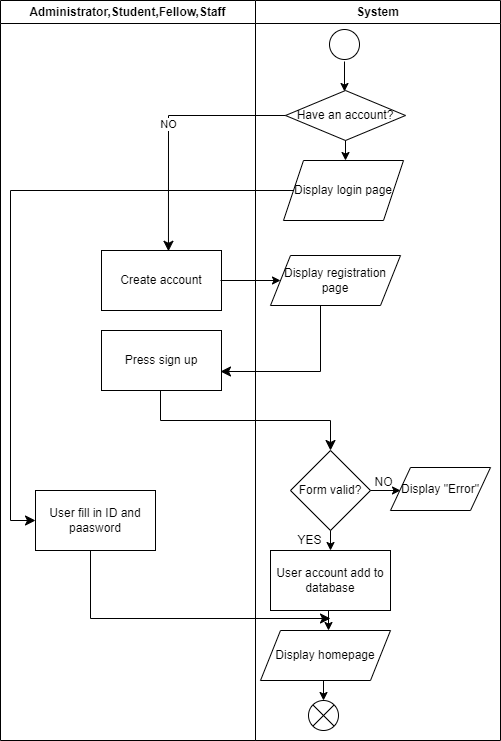
Earlier version of the draw.io export project/drawio/stakeholder/activity diagram/uc01.png (drshahizan/software-engineering). Source tidied: cells renumbered, new cells last; positions are measured from the earlier drawing's top-left corner, leaving out a move shared by most shapes. The source it was exported from:
```xml
<mxGraphModel>
  <root>
    <mxCell id="0" />
    <mxCell id="1" parent="0" />
    <mxCell id="2" style="endArrow=classic;html=1;" parent="1" edge="1">
      <mxGeometry relative="1" as="geometry">
        <mxPoint x="344" y="61" as="sourcePoint" />
        <mxPoint x="344" y="91" as="targetPoint" />
      </mxGeometry>
    </mxCell>
    <mxCell id="3" value="Create account" style="rounded=0;whiteSpace=wrap;html=1;" parent="1" vertex="1">
      <mxGeometry x="101" y="250" width="120" height="60" as="geometry" />
    </mxCell>
    <mxCell id="4" style="endArrow=classic;html=1;" parent="1" edge="1">
      <mxGeometry relative="1" as="geometry">
        <mxPoint x="220" y="280" as="sourcePoint" />
        <mxPoint x="280" y="280" as="targetPoint" />
      </mxGeometry>
    </mxCell>
    <mxCell id="5" value="Display registration page" style="shape=parallelogram;perimeter=parallelogramPerimeter;whiteSpace=wrap;html=1;fixedSize=1;" parent="1" vertex="1">
      <mxGeometry x="270" y="255" width="130" height="50" as="geometry" />
    </mxCell>
    <mxCell id="6" style="edgeStyle=segmentEdgeStyle;endArrow=classic;html=1;curved=0;rounded=0;endSize=8;startSize=8;" parent="1" edge="1">
      <mxGeometry relative="1" as="geometry">
        <mxPoint x="320" y="305" as="sourcePoint" />
        <mxPoint x="220" y="371" as="targetPoint" />
        <Array as="points">
          <mxPoint x="320" y="371" />
        </Array>
      </mxGeometry>
    </mxCell>
    <mxCell id="7" value="Press sign up" style="rounded=0;whiteSpace=wrap;html=1;" parent="1" vertex="1">
      <mxGeometry x="101" y="330" width="120" height="60" as="geometry" />
    </mxCell>
    <mxCell id="8" style="edgeStyle=elbowEdgeStyle;elbow=vertical;endArrow=classic;html=1;curved=0;rounded=0;endSize=8;startSize=8;" parent="1" edge="1">
      <mxGeometry relative="1" as="geometry">
        <mxPoint x="160" y="390" as="sourcePoint" />
        <mxPoint x="330" y="450" as="targetPoint" />
      </mxGeometry>
    </mxCell>
    <mxCell id="9" value="Form valid?" style="rhombus;whiteSpace=wrap;html=1;" parent="1" vertex="1">
      <mxGeometry x="290" y="450" width="80" height="80" as="geometry" />
    </mxCell>
    <mxCell id="10" style="endArrow=classic;html=1;" parent="1" edge="1">
      <mxGeometry relative="1" as="geometry">
        <mxPoint x="370" y="490" as="sourcePoint" />
        <mxPoint x="400" y="490" as="targetPoint" />
      </mxGeometry>
    </mxCell>
    <mxCell id="11" value="NO" style="text;html=1;align=center;verticalAlign=middle;strokeColor=none;fillColor=none;" parent="1" vertex="1">
      <mxGeometry x="363" y="467" width="40" height="30" as="geometry" />
    </mxCell>
    <mxCell id="12" value="Display &quot;Error&quot;" style="shape=parallelogram;perimeter=parallelogramPerimeter;whiteSpace=wrap;html=1;fixedSize=1;" parent="1" vertex="1">
      <mxGeometry x="390" y="467" width="100" height="43" as="geometry" />
    </mxCell>
    <mxCell id="13" style="endArrow=classic;html=1;" parent="1" edge="1">
      <mxGeometry relative="1" as="geometry">
        <mxPoint x="330" y="530" as="sourcePoint" />
        <mxPoint x="330" y="550" as="targetPoint" />
      </mxGeometry>
    </mxCell>
    <mxCell id="14" value="YES" style="text;html=1;align=center;verticalAlign=middle;strokeColor=none;fillColor=none;" parent="1" vertex="1">
      <mxGeometry x="284" y="525" width="50" height="30" as="geometry" />
    </mxCell>
    <mxCell id="15" value="User account add to database" style="rounded=0;whiteSpace=wrap;html=1;" parent="1" vertex="1">
      <mxGeometry x="270" y="550" width="120" height="60" as="geometry" />
    </mxCell>
    <mxCell id="16" value="Display homepage" style="shape=parallelogram;perimeter=parallelogramPerimeter;whiteSpace=wrap;html=1;fixedSize=1;" parent="1" vertex="1">
      <mxGeometry x="260" y="630" width="130" height="50" as="geometry" />
    </mxCell>
    <mxCell id="17" style="endArrow=classic;html=1;" parent="1" edge="1">
      <mxGeometry relative="1" as="geometry">
        <mxPoint x="328" y="610" as="sourcePoint" />
        <mxPoint x="328" y="630" as="targetPoint" />
      </mxGeometry>
    </mxCell>
    <mxCell id="18" style="endArrow=classic;html=1;" parent="1" edge="1">
      <mxGeometry relative="1" as="geometry">
        <mxPoint x="323" y="680" as="sourcePoint" />
        <mxPoint x="323" y="700" as="targetPoint" />
      </mxGeometry>
    </mxCell>
    <mxCell id="19" style="shape=sumEllipse;perimeter=ellipsePerimeter;whiteSpace=wrap;html=1;backgroundOutline=1;" parent="1" vertex="1">
      <mxGeometry x="308" y="700" width="30" height="30" as="geometry" />
    </mxCell>
    <mxCell id="20" value="Administrator,Student,Fellow,Staff" style="swimlane;whiteSpace=wrap;html=1;" parent="1" vertex="1">
      <mxGeometry width="255" height="740" as="geometry" />
    </mxCell>
    <mxCell id="21" value="User fill in ID and paasword" style="rounded=0;whiteSpace=wrap;html=1;" parent="20" vertex="1">
      <mxGeometry x="35" y="490" width="120" height="60" as="geometry" />
    </mxCell>
    <mxCell id="22" value="System" style="swimlane;whiteSpace=wrap;html=1;" parent="1" vertex="1">
      <mxGeometry x="255" width="245" height="740" as="geometry" />
    </mxCell>
    <mxCell id="23" value="Display login page" style="shape=parallelogram;perimeter=parallelogramPerimeter;whiteSpace=wrap;html=1;fixedSize=1;" parent="22" vertex="1">
      <mxGeometry x="28" y="160" width="120" height="60" as="geometry" />
    </mxCell>
    <mxCell id="24" value="Have an account?" style="rhombus;whiteSpace=wrap;html=1;" parent="22" vertex="1">
      <mxGeometry x="30" y="90" width="120" height="50" as="geometry" />
    </mxCell>
    <mxCell id="25" style="ellipse;" parent="22" vertex="1">
      <mxGeometry x="74" y="29" width="30" height="30" as="geometry" />
    </mxCell>
    <mxCell id="26" style="endArrow=classic;html=1;" parent="22" edge="1">
      <mxGeometry relative="1" as="geometry">
        <mxPoint x="90" y="140" as="sourcePoint" />
        <mxPoint x="90" y="160" as="targetPoint" />
      </mxGeometry>
    </mxCell>
    <mxCell id="27" style="edgeStyle=elbowEdgeStyle;elbow=horizontal;endArrow=classic;html=1;curved=0;rounded=0;endSize=8;startSize=8;" parent="22" edge="1" source="21">
      <mxGeometry relative="1" as="geometry">
        <mxPoint x="75" y="618" as="targetPoint" />
        <Array as="points">
          <mxPoint x="-165" y="610" />
        </Array>
      </mxGeometry>
    </mxCell>
    <mxCell id="28" value="NO" style="edgeStyle=segmentEdgeStyle;endArrow=classic;html=1;curved=0;rounded=0;endSize=8;startSize=8;exitX=0;exitY=0.5;exitDx=0;exitDy=0;entryX=0.558;entryY=0.013;entryDx=0;entryDy=0;entryPerimeter=0;" parent="1" edge="1" source="24" target="3">
      <mxGeometry relative="1" as="geometry">
        <Array as="points">
          <mxPoint x="168" y="115" />
        </Array>
      </mxGeometry>
    </mxCell>
    <mxCell id="29" style="edgeStyle=elbowEdgeStyle;elbow=horizontal;endArrow=classic;html=1;curved=0;rounded=0;endSize=8;startSize=8;exitX=0;exitY=0.5;exitDx=0;exitDy=0;entryX=0;entryY=0.5;entryDx=0;entryDy=0;" parent="1" edge="1" source="23" target="21">
      <mxGeometry relative="1" as="geometry">
        <Array as="points">
          <mxPoint x="10" y="470" />
          <mxPoint x="25" y="320" />
          <mxPoint x="30" y="150" />
        </Array>
      </mxGeometry>
    </mxCell>
  </root>
</mxGraphModel>
```
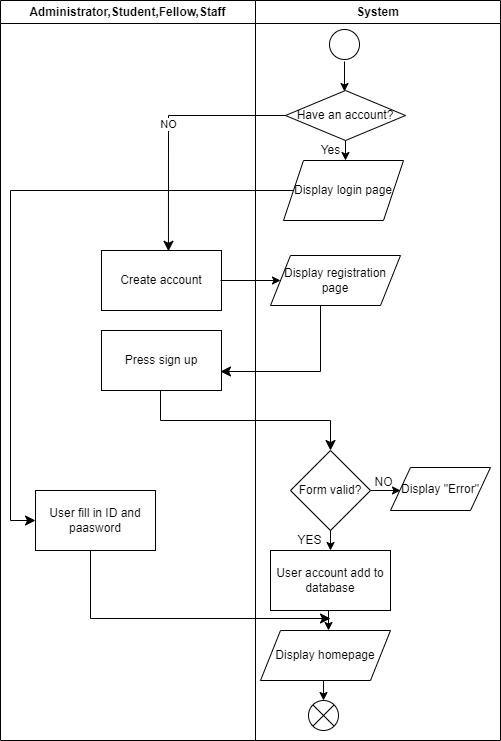
After the change.

Change to the diagram source:
```diff
@@ -131,5 +131,8 @@
         </Array>
       </mxGeometry>
     </mxCell>
+    <mxCell id="30" value="Yes" style="text;html=1;align=center;verticalAlign=middle;strokeColor=none;fillColor=none;" parent="1" vertex="1">
+      <mxGeometry x="310" y="135" width="40" height="30" as="geometry" />
+    </mxCell>
   </root>
 </mxGraphModel>
```
